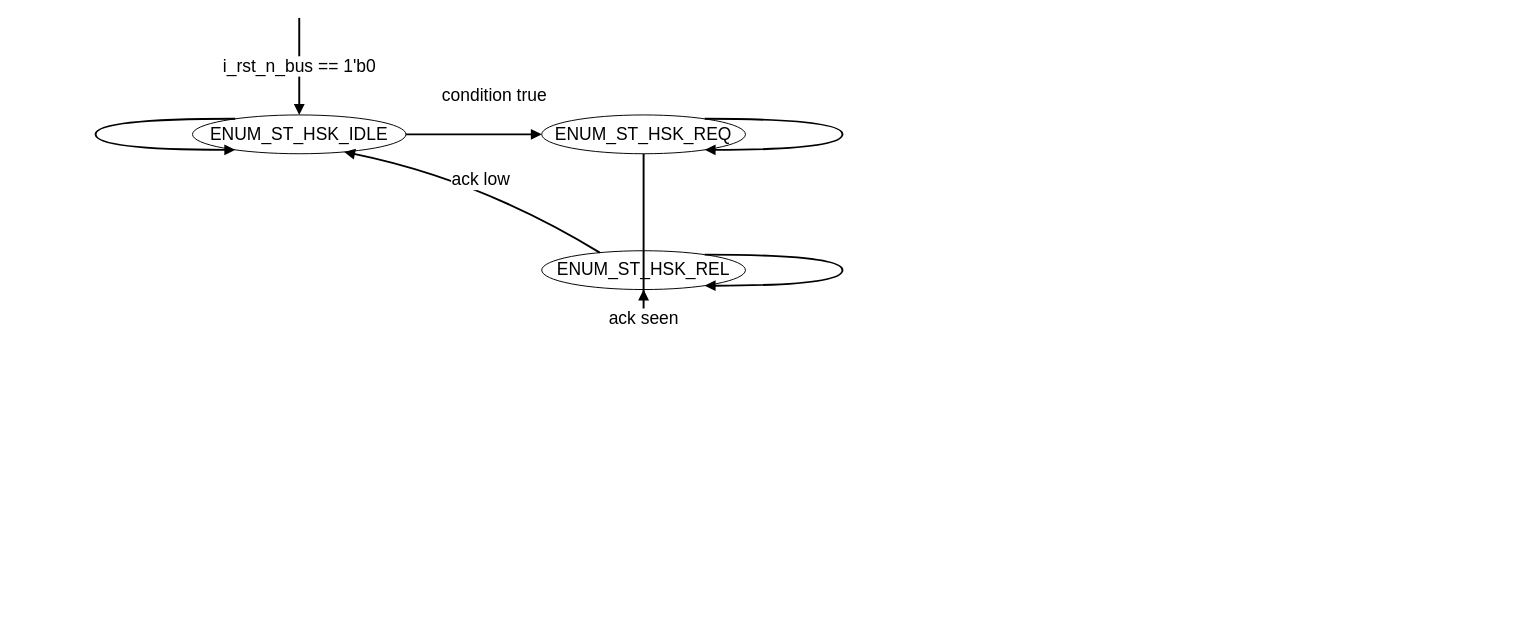
nguyenquanicd/AES-128-256 keeps this draw.io diagram as page "FSM_HSK" (1 of 2) of doc/ht_aes_gcm_acc/figures/aesgcm_fsm_hsk.drawio. Above is the earlier version. Source tidied: cells renumbered, new cells numbered last; positions are measured from the earlier drawing's top-left corner, leaving out a move shared by most shapes. Both pictures are drawn from the tidied source at 97%, with x=0, y=0 at pixel (95, 17).
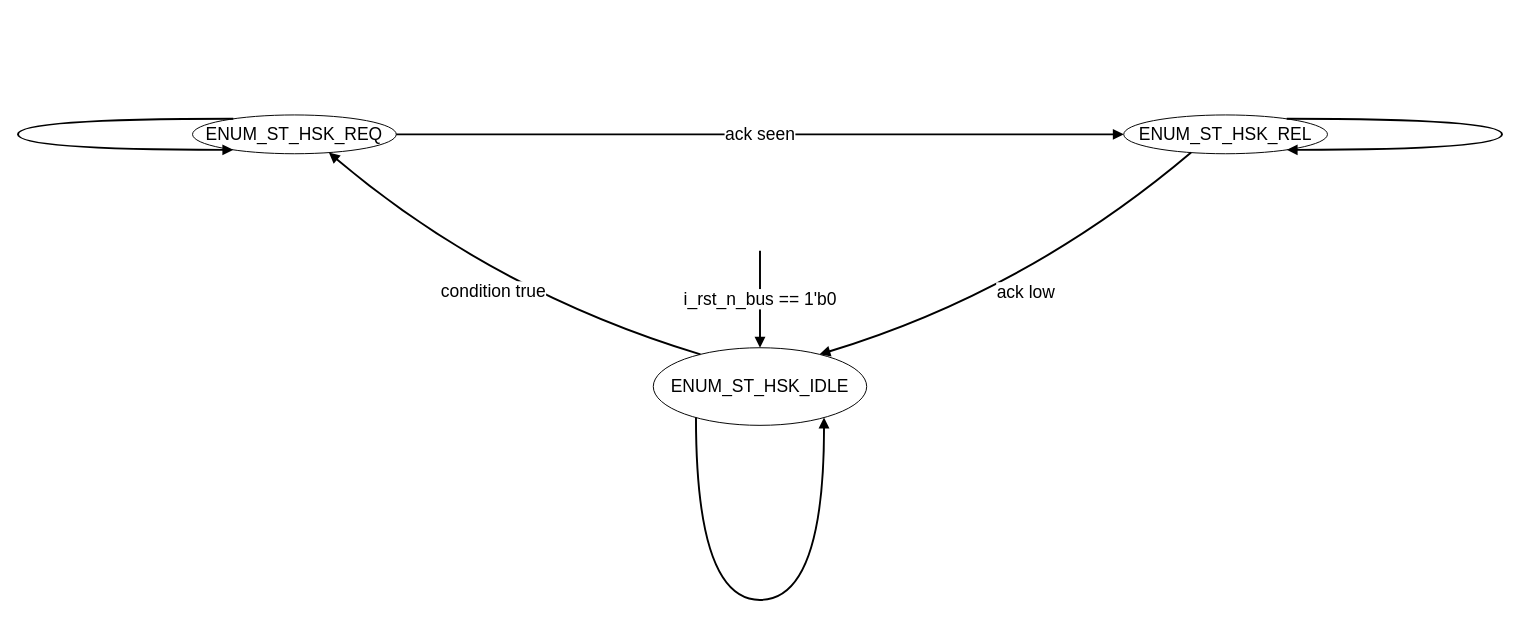
The same page after the edit.

What changed in the source:
```diff
@@
     <mxCell id="2" value="ENUM_ST_HSK_IDLE" style="ellipse;whiteSpace=wrap;html=1;fontSize=18;fontColor=#000000;strokeColor=#000000;fillColor=#FFFFFF;" parent="1" vertex="1">
-      <mxGeometry x="100" y="100" width="220" height="40" as="geometry" />
+      <mxGeometry x="575" y="340" width="220" height="80" as="geometry" />
     </mxCell>
     <mxCell id="3" value="ENUM_ST_HSK_REQ" style="ellipse;whiteSpace=wrap;html=1;fontSize=18;fontColor=#000000;strokeColor=#000000;fillColor=#FFFFFF;" parent="1" vertex="1">
-      <mxGeometry x="460" y="100" width="210" height="40" as="geometry" />
+      <mxGeometry x="100" y="100" width="210" height="40" as="geometry" />
     </mxCell>
     <mxCell id="4" value="ENUM_ST_HSK_REL" style="ellipse;whiteSpace=wrap;html=1;fontSize=18;fontColor=#000000;strokeColor=#000000;fillColor=#FFFFFF;" parent="1" vertex="1">
-      <mxGeometry x="460" y="240" width="210" height="40" as="geometry" />
+      <mxGeometry x="1060" y="100" width="210" height="40" as="geometry" />
     </mxCell>
     <mxCell id="5" value="i_rst_n_bus == 1'b0" style="endArrow=block;html=1;rounded=0;fontSize=18;strokeWidth=2;endFill=1;fontColor=#000000;strokeColor=#000000;fillColor=#FFFFFF;labelBackgroundColor=#FFFFFF;curved=1;entryX=0.5;entryY=0;entryPerimeter=1;" parent="1" edge="1" target="2">
       <mxGeometry relative="1" as="geometry">
-        <mxPoint x="210" as="sourcePoint" />
+        <mxPoint x="685" y="240" as="sourcePoint" />
         <Array as="points">
-          <mxPoint x="210" y="50" />
+          <mxPoint x="685" y="290" />
         </Array>
       </mxGeometry>
     </mxCell>
-    <mxCell id="6" value="ack low" style="endArrow=block;html=1;rounded=0;fontSize=18;strokeWidth=2;endFill=1;fontColor=#000000;strokeColor=#000000;fillColor=#FFFFFF;labelBackgroundColor=#FFFFFF;curved=1;entryX=0.709342;entryY=0.954066;entryPerimeter=1;exitX=0.28254;exitY=0.0497655;exitPerimeter=1;" parent="1" edge="1" source="4" target="2">
+    <mxCell id="6" value="ack seen" style="endArrow=block;html=1;rounded=0;fontSize=18;strokeWidth=2;endFill=1;fontColor=#000000;strokeColor=#000000;fillColor=#FFFFFF;labelBackgroundColor=#FFFFFF;curved=1;entryX=0;entryY=0.5;entryPerimeter=1;exitX=1;exitY=0.5;exitPerimeter=1;" parent="1" edge="1" source="3" target="4">
       <mxGeometry relative="1" as="geometry">
         <Array as="points">
-          <mxPoint x="396.9" y="166.8" />
+          <mxPoint x="685" y="120" />
         </Array>
       </mxGeometry>
     </mxCell>
-    <mxCell id="7" value="condition true" style="endArrow=block;html=1;rounded=0;fontSize=18;strokeWidth=2;endFill=1;fontColor=#000000;strokeColor=#000000;fillColor=#FFFFFF;labelBackgroundColor=#FFFFFF;curved=1;entryX=0;entryY=0.5;entryPerimeter=1;exitX=1;exitY=0.5;exitPerimeter=1;" parent="1" edge="1" source="2" target="3">
+    <mxCell id="7" value="condition true" style="endArrow=block;html=1;rounded=0;fontSize=18;strokeWidth=2;endFill=1;fontColor=#000000;strokeColor=#000000;fillColor=#FFFFFF;labelBackgroundColor=#FFFFFF;curved=1;entryX=0.665868;entryY=0.971686;entryPerimeter=1;exitX=0.221311;exitY=0.0848702;exitPerimeter=1;" parent="1" edge="1" source="2" target="3">
       <mxGeometry relative="1" as="geometry">
         <Array as="points">
-          <mxPoint x="387.5" y="120" />
+          <mxPoint x="410.3" y="282.4" />
         </Array>
-        <mxPoint x="21" y="-40" as="offset" />
       </mxGeometry>
     </mxCell>
-    <mxCell id="8" value="ack seen" style="endArrow=block;html=1;rounded=0;fontSize=18;strokeWidth=2;endFill=1;fontColor=#000000;strokeColor=#000000;fillColor=#FFFFFF;labelBackgroundColor=#FFFFFF;curved=1;entryX=0.5;entryY=1;entryPerimeter=1;exitX=0.5;exitY=1;exitPerimeter=1;" parent="1" edge="1" source="3" target="4">
+    <mxCell id="8" value="ack low" style="endArrow=block;html=1;rounded=0;fontSize=18;strokeWidth=2;endFill=1;fontColor=#000000;strokeColor=#000000;fillColor=#FFFFFF;labelBackgroundColor=#FFFFFF;curved=1;entryX=0.778689;entryY=0.0848702;entryPerimeter=1;exitX=0.334132;exitY=0.971686;exitPerimeter=1;" parent="1" edge="1" source="4" target="2">
       <mxGeometry relative="1" as="geometry">
         <Array as="points">
-          <mxPoint x="565" y="380" />
+          <mxPoint x="959.7" y="282.4" />
         </Array>
       </mxGeometry>
     </mxCell>
-    <mxCell id="9" style="endArrow=block;html=1;rounded=0;fontSize=18;strokeWidth=2;endFill=1;fontColor=#000000;strokeColor=#000000;fillColor=#FFFFFF;labelBackgroundColor=#FFFFFF;curved=1;entryX=0.2;entryY=0.9;entryPerimeter=1;exitX=0.2;exitY=0.1;exitPerimeter=1;" parent="1" edge="1" source="2" target="2">
+    <mxCell id="9" style="endArrow=block;html=1;rounded=0;fontSize=18;strokeWidth=2;endFill=1;fontColor=#000000;strokeColor=#000000;fillColor=#FFFFFF;labelBackgroundColor=#FFFFFF;curved=1;entryX=0.8;entryY=0.9;entryPerimeter=1;exitX=0.2;exitY=0.9;exitPerimeter=1;" parent="1" edge="1" source="2" target="2">
       <mxGeometry relative="1" as="geometry">
         <Array as="points">
-          <mxPoint y="104" />
-          <mxPoint y="136" />
+          <mxPoint x="619" y="600" />
+          <mxPoint x="751" y="600" />
         </Array>
       </mxGeometry>
     </mxCell>
-    <mxCell id="10" style="endArrow=block;html=1;rounded=0;fontSize=18;strokeWidth=2;endFill=1;fontColor=#000000;strokeColor=#000000;fillColor=#FFFFFF;labelBackgroundColor=#FFFFFF;curved=1;entryX=0.8;entryY=0.9;entryPerimeter=1;exitX=0.8;exitY=0.1;exitPerimeter=1;" parent="1" edge="1" source="3" target="3">
+    <mxCell id="10" style="endArrow=block;html=1;rounded=0;fontSize=18;strokeWidth=2;endFill=1;fontColor=#000000;strokeColor=#000000;fillColor=#FFFFFF;labelBackgroundColor=#FFFFFF;curved=1;entryX=0.2;entryY=0.9;entryPerimeter=1;exitX=0.2;exitY=0.1;exitPerimeter=1;" parent="1" edge="1" source="3" target="3">
       <mxGeometry relative="1" as="geometry">
         <Array as="points">
-          <mxPoint x="770" y="104" />
-          <mxPoint x="770" y="136" />
+          <mxPoint x="-80" y="104" />
+          <mxPoint x="-80" y="136" />
         </Array>
       </mxGeometry>
     </mxCell>
     <mxCell id="11" style="endArrow=block;html=1;rounded=0;fontSize=18;strokeWidth=2;endFill=1;fontColor=#000000;strokeColor=#000000;fillColor=#FFFFFF;labelBackgroundColor=#FFFFFF;curved=1;entryX=0.8;entryY=0.9;entryPerimeter=1;exitX=0.8;exitY=0.1;exitPerimeter=1;" parent="1" edge="1" source="4" target="4">
       <mxGeometry relative="1" as="geometry">
         <Array as="points">
-          <mxPoint x="770" y="244" />
-          <mxPoint x="770" y="276" />
+          <mxPoint x="1450" y="104" />
+          <mxPoint x="1450" y="136" />
         </Array>
       </mxGeometry>
     </mxCell>
```
